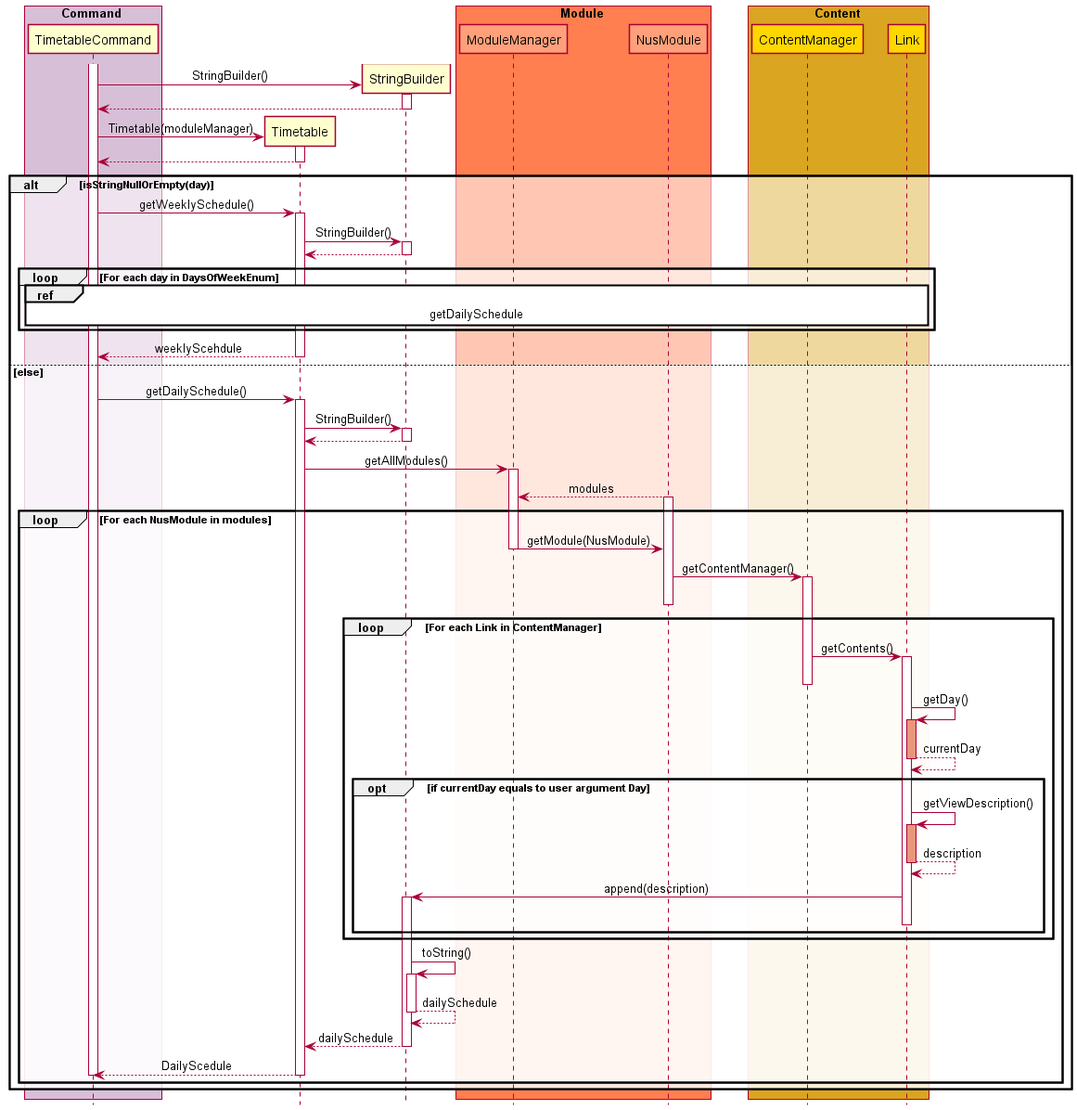
Above: docs/attachments/TimetableSequenceDiagram.png in nus-cs2113-AY2122S1/tp (PlantUML), before the change. Source of this version:
```plantuml
@startuml

!include SequenceStyle.puml

box Command COMMAND_BOX_COLOR
participant TimetableCommand as TimetableCommand
endbox

participant Timetable as Timetable

participant StringBuilder as StringBuilder

box Module MODULE_BOX_COLOR
participant ModuleManager as ModuleManager MODULE_COLOR
participant NusModule as NusModule MODULE_COLOR
endbox

box Content CONTENT_BOX_COLOR
participant ContentManager as ContentManager CONTENT_COLOR
participant Link as Link CONTENT_COLOR
endbox

activate TimetableCommand
create StringBuilder
TimetableCommand -> StringBuilder: StringBuilder()
Activate StringBuilder
StringBuilder --> TimetableCommand
Deactivate StringBuilder

create Timetable
TimetableCommand -> Timetable: Timetable(moduleManager)
Activate Timetable
Timetable --> TimetableCommand
Deactivate Timetable


alt isStringNullOrEmpty(day)
TimetableCommand -> Timetable: getWeeklySchedule()
Activate Timetable

Timetable -> StringBuilder: StringBuilder()
Activate StringBuilder
StringBuilder --> Timetable
Deactivate StringBuilder

loop For each day in DaysOfWeekEnum
ref over TimetableCommand, StringBuilder, Timetable, ModuleManager, NusModule, ContentManager, Link: getDailySchedule
end
Timetable --> TimetableCommand: weeklyScehdule
Deactivate Timetable


else else
TimetableCommand -> Timetable: getDailySchedule()
Activate Timetable

Timetable -> StringBuilder: StringBuilder()
Activate StringBuilder
StringBuilder --> Timetable
Deactivate StringBuilder

Timetable -> ModuleManager: getAllModules()
Activate ModuleManager
NusModule --> ModuleManager: modules
Activate NusModule

loop For each NusModule in modules
    ModuleManager -> NusModule: getModule(NusModule)


    Deactivate ModuleManager

    NusModule -> ContentManager : getContentManager()

    Activate ContentManager
    Deactivate NusModule

        loop For each Link in ContentManager

            ContentManager -> Link: getContents()
            Activate Link
            Deactivate ContentManager

            Link->Link: getDay()
            Activate Link #DarkSalmon
            Link --> Link: currentDay

            opt if currentDay equals to user argument Day
            Deactivate Link

            Link -> Link: getViewDescription()
            Activate Link #DarkSalmon

            Link --> Link: description
            Deactivate Link
            Link -> StringBuilder: append(description)
            Activate StringBuilder
            Deactivate Link
        end

end
StringBuilder -> StringBuilder: toString()
Activate StringBuilder
StringBuilder --> StringBuilder: dailySchedule
Deactivate StringBuilder
StringBuilder --> Timetable: dailySchedule
Deactivate StringBuilder
Timetable --> TimetableCommand: DailyScedule
Deactivate Timetable
Deactivate TimetableCommand
end





end

@enduml
```
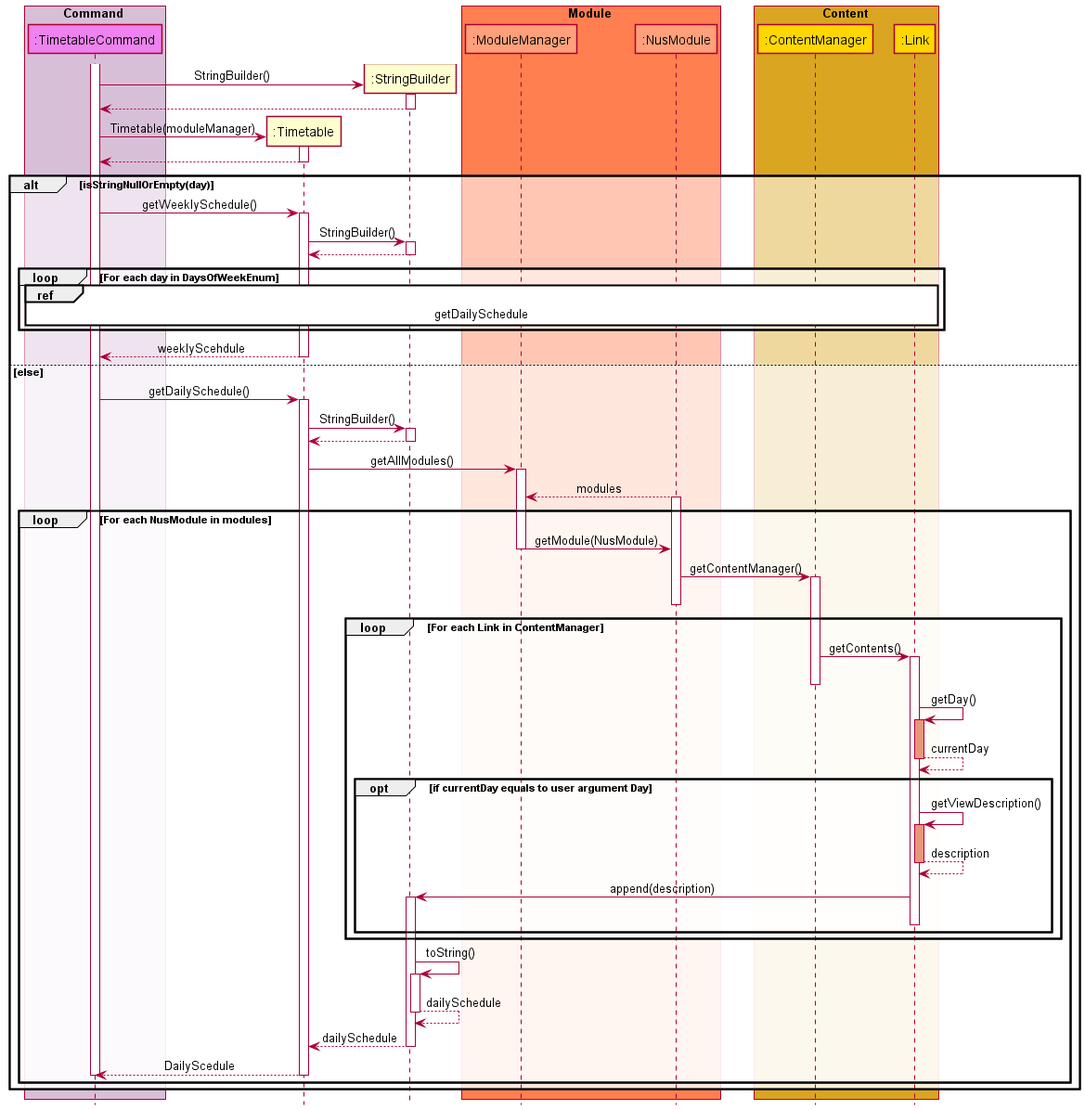
Later version of the same file.

Commit message:
Fix Sequence Diagrams

The edit, as a diff of the source:
```diff
@@ -3,21 +3,21 @@
 !include SequenceStyle.puml
 
 box Command COMMAND_BOX_COLOR
-participant TimetableCommand as TimetableCommand
+participant ":TimetableCommand" as TimetableCommand COMMAND_COLOR
 endbox
 
-participant Timetable as Timetable
+participant ":Timetable" as Timetable
 
-participant StringBuilder as StringBuilder
+participant ":StringBuilder" as StringBuilder
 
 box Module MODULE_BOX_COLOR
-participant ModuleManager as ModuleManager MODULE_COLOR
-participant NusModule as NusModule MODULE_COLOR
+participant ":ModuleManager" as ModuleManager MODULE_COLOR
+participant ":NusModule" as NusModule MODULE_COLOR
 endbox
 
 box Content CONTENT_BOX_COLOR
-participant ContentManager as ContentManager CONTENT_COLOR
-participant Link as Link CONTENT_COLOR
+participant ":ContentManager" as ContentManager CONTENT_COLOR
+participant ":Link" as Link CONTENT_COLOR
 endbox
 
 activate TimetableCommand
```
